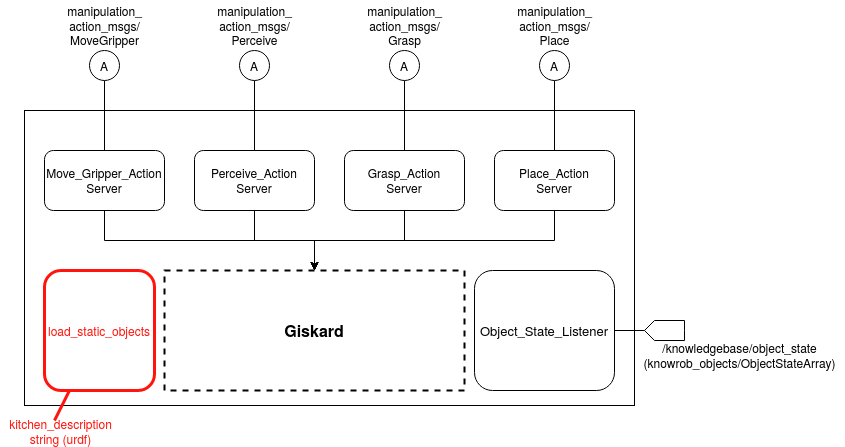
The draw.io diagram architecture/manipulation_architecture/Manipulation Architecture.png in SUTURO/suturo_resources, before a commit. Source tidied: cells renumbered, new cells last; positions are measured from the earlier drawing's top-left corner, leaving out a move shared by most shapes.
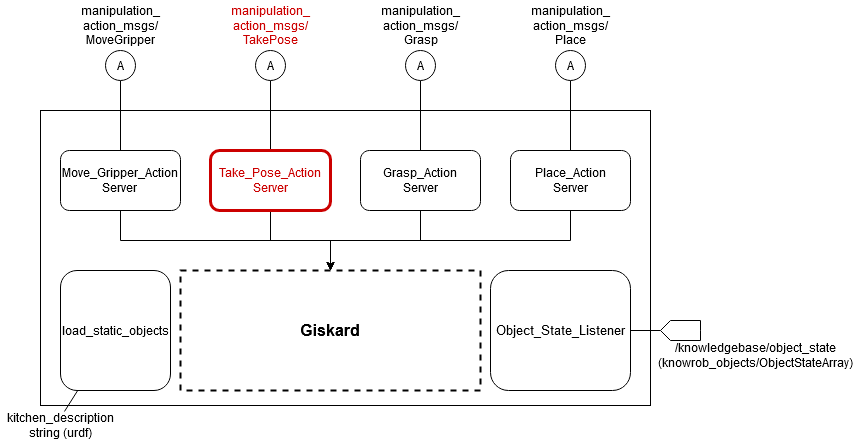
After the change.

Commit message:
Updated Manipulation Diagram

Change to the diagram source:
```diff
@@ -48,7 +48,7 @@
     <mxCell id="13" style="edgeStyle=orthogonalEdgeStyle;rounded=0;jettySize=auto;html=1;fontColor=#000000;endArrow=none;endFill=0;entryX=0.5;entryY=1;entryDx=0;entryDy=0;" parent="1" edge="1" source="14" target="19">
       <mxGeometry relative="1" as="geometry" />
     </mxCell>
-    <mxCell id="14" value="&lt;div&gt;Perceive_Action&lt;/div&gt;Server" style="rounded=1;whiteSpace=wrap;html=1;strokeColor=#000000;strokeWidth=1;fontColor=#000000;" parent="1" vertex="1">
+    <mxCell id="14" value="&lt;div&gt;Take_Pose_Action&lt;/div&gt;Server" style="rounded=1;whiteSpace=wrap;html=1;strokeColor=#CC0000;strokeWidth=3;fontColor=#CC0000;" parent="1" vertex="1">
       <mxGeometry x="194" y="150" width="120" height="60" as="geometry" />
     </mxCell>
     <mxCell id="15" style="edgeStyle=orthogonalEdgeStyle;rounded=0;jettySize=auto;html=1;fontColor=#000000;entryX=0.5;entryY=0;entryDx=0;entryDy=0;" parent="1" edge="1" source="17" target="3">
@@ -80,7 +80,7 @@
     <mxCell id="22" value="&lt;div&gt;manipulation_&lt;/div&gt;&lt;div&gt;action_msgs/&lt;/div&gt;&lt;div&gt;MoveGripper&lt;/div&gt;" style="text;html=1;align=center;verticalAlign=middle;fontColor=#000000;" parent="1" vertex="1">
       <mxGeometry x="59" width="90" height="50" as="geometry" />
     </mxCell>
-    <mxCell id="23" value="&lt;div&gt;manipulation_&lt;/div&gt;&lt;div&gt;action_msgs/&lt;/div&gt;&lt;div&gt;Perceive&lt;/div&gt;" style="text;html=1;align=center;verticalAlign=middle;fontColor=#000000;" parent="1" vertex="1">
+    <mxCell id="23" value="&lt;div&gt;manipulation_&lt;/div&gt;&lt;div&gt;action_msgs/&lt;/div&gt;&lt;div&gt;TakePose&lt;/div&gt;" style="text;html=1;align=center;verticalAlign=middle;fontColor=#CC0000;" parent="1" vertex="1">
       <mxGeometry x="209" width="90" height="50" as="geometry" />
     </mxCell>
     <mxCell id="24" value="&lt;div&gt;manipulation_&lt;/div&gt;&lt;div&gt;action_msgs/&lt;/div&gt;&lt;div&gt;Grasp&lt;/div&gt;" style="text;html=1;align=center;verticalAlign=middle;fontColor=#000000;" parent="1" vertex="1">
@@ -98,16 +98,14 @@
     <mxCell id="28" value="&lt;div&gt;&lt;span class=&quot;pl-s1&quot;&gt;&lt;span class=&quot;pl-s&quot;&gt;/knowledgebase/object_state&lt;/span&gt;&lt;/span&gt;&lt;/div&gt;&lt;div&gt;&lt;span class=&quot;pl-s1&quot;&gt;(knowrob_objects/&lt;/span&gt;&lt;span class=&quot;pl-v&quot;&gt;ObjectStateArray)&lt;/span&gt;&lt;/div&gt;" style="text;html=1;align=center;verticalAlign=middle;points=[];fontColor=#000000;" parent="1" vertex="1">
       <mxGeometry x="634" y="340" width="210" height="30" as="geometry" />
     </mxCell>
-    <mxCell id="29" value="&lt;font color=&quot;#FF150D&quot;&gt;load_static_objects&lt;/font&gt;" style="rounded=1;whiteSpace=wrap;html=1;strokeColor=#FF150D;strokeWidth=3;fontColor=#000000;" parent="1" vertex="1">
+    <mxCell id="29" value="&lt;font&gt;load_static_objects&lt;/font&gt;" style="rounded=1;whiteSpace=wrap;html=1;strokeColor=#000000;strokeWidth=1;fontColor=#000000;" parent="1" vertex="1">
       <mxGeometry x="44" y="270" width="110" height="120" as="geometry" />
     </mxCell>
-    <mxCell id="30" style="endArrow=none;html=1;fontColor=#000000;strokeColor=#FF150D;strokeWidth=3;" parent="1" edge="1" target="29">
-      <mxGeometry relative="1" as="geometry">
-        <mxPoint x="54" y="420" as="sourcePoint" />
-      </mxGeometry>
+    <mxCell id="30" style="endArrow=none;html=1;fontColor=#000000;strokeColor=#000000;strokeWidth=1;exitX=0.533;exitY=0.033;exitDx=0;exitDy=0;exitPerimeter=0;" parent="1" edge="1" source="31" target="29">
+      <mxGeometry relative="1" as="geometry" />
     </mxCell>
-    <mxCell id="31" value="&lt;div&gt;kitchen_description&lt;/div&gt;&lt;div&gt;string (urdf)&lt;br&gt;&lt;/div&gt;" style="text;html=1;align=center;verticalAlign=middle;points=[];fontColor=#FF150D;" parent="1" vertex="1">
-      <mxGeometry y="416" width="120" height="30" as="geometry" />
+    <mxCell id="31" value="&lt;div&gt;kitchen_description&lt;/div&gt;&lt;div&gt;string (urdf)&lt;br&gt;&lt;/div&gt;" style="text;html=1;align=center;verticalAlign=middle;points=[];fontColor=#000000;" parent="1" vertex="1">
+      <mxGeometry x="-16" y="410" width="120" height="30" as="geometry" />
     </mxCell>
   </root>
 </mxGraphModel>
```
